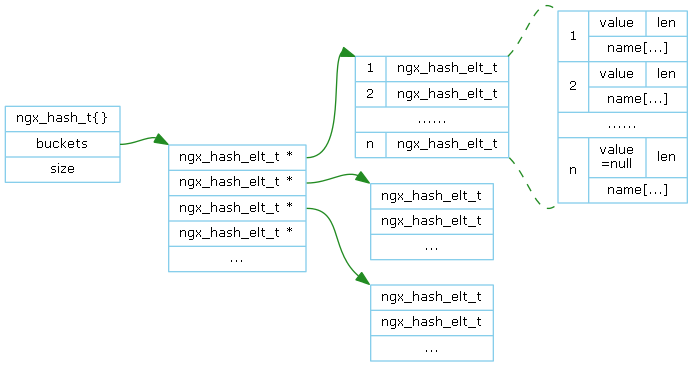
lingjf/nginx_analyse keeps this Graphviz diagram as doc/Graph/infrastructure/ngx_hash.png. Above is the earlier version. Its source is kept beside it as doc/Graph/infrastructure/ngx_hash.gv. The source it was exported from:
```dot
digraph ngx_hash {
   rankdir=LR;
   node [shape=record, color=skyblue, fontname="Verdana", fontsize=10];
   edge [color=forestgreen, fontname="Verdana", fontsize=10];

   ngx_hash_t [label="<head>ngx_hash_t\{\}|<buckets>buckets|<size>size"];

   buckets_normal [label="<n1>ngx_hash_elt_t *|<n2>ngx_hash_elt_t *|<n3>ngx_hash_elt_t *|<n4>ngx_hash_elt_t *|..."];
   ngx_hash_t:buckets -> buckets_normal:nw;

   elts_simple1 [label="{1|ngx_hash_elt_t}|{2|ngx_hash_elt_t}|......|{n|ngx_hash_elt_t}"];
   buckets_normal:n1 -> elts_simple1:nw;

   elts_simple2 [label="ngx_hash_elt_t|ngx_hash_elt_t|..."];
   buckets_normal:n2 -> elts_simple2:nw;

   elts_simple3 [label="ngx_hash_elt_t|ngx_hash_elt_t|..."];
   buckets_normal:n3 -> elts_simple3:nw;

   elts_complex [label="{<e1>1|{{value|len}|name[...]}}|{<e2>2|{{value|len}|name[...]}}|......|{n|{{value\n=null|len}|name[...]}}"];
   elts_simple1:ne -> elts_complex:nw [weight=10, style=dashed, dir=none];
   elts_simple1:se -> elts_complex:sw [weight=10, style=dashed, dir=none];
}
```
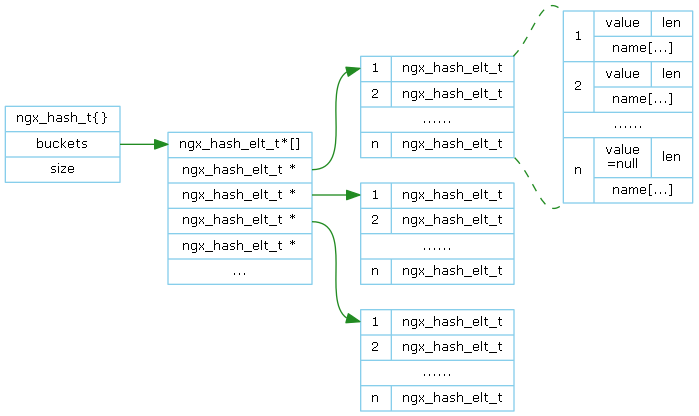
Above is the later version.

The edit, as a diff of the source:
```diff
@@ -5,17 +5,17 @@
 
    ngx_hash_t [label="<head>ngx_hash_t\{\}|<buckets>buckets|<size>size"];
 
-   buckets_normal [label="<n1>ngx_hash_elt_t *|<n2>ngx_hash_elt_t *|<n3>ngx_hash_elt_t *|<n4>ngx_hash_elt_t *|..."];
-   ngx_hash_t:buckets -> buckets_normal:nw;
+   buckets_normal [label="<head>ngx_hash_elt_t*[]|<n1>ngx_hash_elt_t *|<n2>ngx_hash_elt_t *|<n3>ngx_hash_elt_t *|<n4>ngx_hash_elt_t *|..."];
+   ngx_hash_t:buckets -> buckets_normal:head;
 
-   elts_simple1 [label="{1|ngx_hash_elt_t}|{2|ngx_hash_elt_t}|......|{n|ngx_hash_elt_t}"];
-   buckets_normal:n1 -> elts_simple1:nw;
+   elts_simple1 [label="{<n1>1|ngx_hash_elt_t}|{2|ngx_hash_elt_t}|......|{n|ngx_hash_elt_t}"];
+   buckets_normal:n1 -> elts_simple1:n1;
 
-   elts_simple2 [label="ngx_hash_elt_t|ngx_hash_elt_t|..."];
-   buckets_normal:n2 -> elts_simple2:nw;
+   elts_simple2 [label="{<n1>1|ngx_hash_elt_t}|{2|ngx_hash_elt_t}|......|{n|ngx_hash_elt_t}"];
+   buckets_normal:n2 -> elts_simple2:n1;
 
-   elts_simple3 [label="ngx_hash_elt_t|ngx_hash_elt_t|..."];
-   buckets_normal:n3 -> elts_simple3:nw;
+   elts_simple3 [label="{<n1>1|ngx_hash_elt_t}|{2|ngx_hash_elt_t}|......|{n|ngx_hash_elt_t}"];
+   buckets_normal:n3 -> elts_simple3:n1;
 
    elts_complex [label="{<e1>1|{{value|len}|name[...]}}|{<e2>2|{{value|len}|name[...]}}|......|{n|{{value\n=null|len}|name[...]}}"];
    elts_simple1:ne -> elts_complex:nw [weight=10, style=dashed, dir=none];
```
